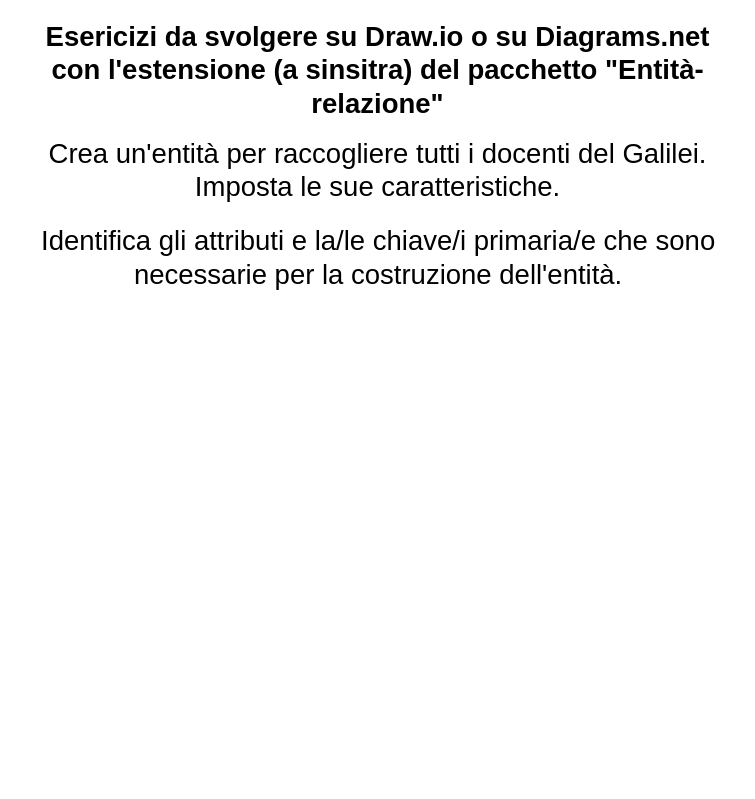
FrancescoGobbi/Didattica_GalileoGalilei_Ostiglia keeps this draw.io diagram as AS_2024_2025/5IA_Informatica/Lezioni/UD_2/Esercizi_ER/Entità2.drawio. Above is the earlier version. Source tidied: cells renumbered, new cells numbered last; positions are measured from the earlier drawing's top-left corner, leaving out a move shared by most shapes. Both pictures are drawn from the tidied source at 125%, with x=0, y=0 at pixel (21, 51).
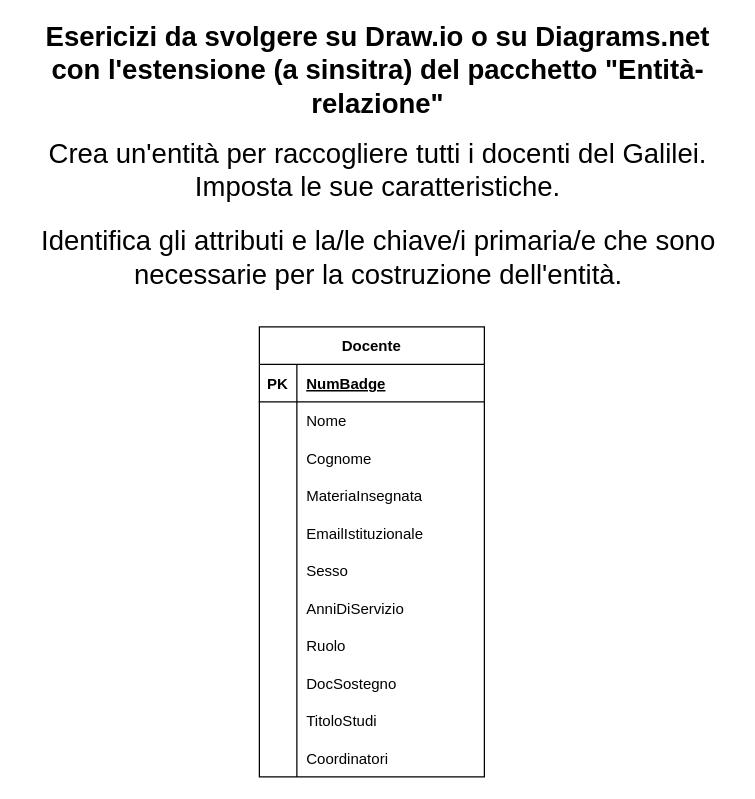
The same page after the edit.

What changed in the source:
```diff
@@
+    <mxCell id="5" value="Docente" style="shape=table;startSize=30;childLayout=tableLayout;rowLines=0;fontStyle=1;align=center;" parent="1" vertex="1">
+      <mxGeometry x="190" y="220" width="180" height="360" as="geometry" />
+    </mxCell>
+    <mxCell id="6" style="shape=tableRow;horizontal=0;startSize=0;swimlaneHead=0;swimlaneBody=0;fillColor=none;top=0;left=0;right=0;bottom=1;" parent="5" vertex="1">
+      <mxGeometry y="30" width="180" height="30" as="geometry" />
+    </mxCell>
+    <mxCell id="7" value="PK" style="shape=partialRectangle;fillColor=none;top=0;left=0;bottom=0;right=0;fontStyle=1;overflow=hidden;" parent="6" vertex="1">
+      <mxGeometry width="30" height="30" as="geometry" />
+    </mxCell>
+    <mxCell id="8" value="NumBadge" style="shape=partialRectangle;fillColor=none;top=0;left=0;bottom=0;right=0;align=left;spacingLeft=6;fontStyle=5;overflow=hidden;" parent="6" vertex="1">
+      <mxGeometry x="30" width="150" height="30" as="geometry" />
+    </mxCell>
+    <mxCell id="9" style="shape=tableRow;horizontal=0;startSize=0;swimlaneHead=0;swimlaneBody=0;fillColor=none;top=0;left=0;right=0;bottom=0;" parent="5" vertex="1">
+      <mxGeometry y="60" width="180" height="30" as="geometry" />
+    </mxCell>
+    <mxCell id="10" style="shape=partialRectangle;fillColor=none;top=0;left=0;bottom=0;right=0;overflow=hidden;" parent="9" vertex="1">
+      <mxGeometry width="30" height="30" as="geometry" />
+    </mxCell>
+    <mxCell id="11" value="Nome" style="shape=partialRectangle;fillColor=none;top=0;left=0;bottom=0;right=0;align=left;spacingLeft=6;overflow=hidden;" parent="9" vertex="1">
+      <mxGeometry x="30" width="150" height="30" as="geometry" />
+    </mxCell>
+    <mxCell id="12" style="shape=tableRow;horizontal=0;startSize=0;swimlaneHead=0;swimlaneBody=0;fillColor=none;top=0;left=0;right=0;bottom=0;" parent="5" vertex="1">
+      <mxGeometry y="90" width="180" height="30" as="geometry" />
+    </mxCell>
+    <mxCell id="13" style="shape=partialRectangle;fillColor=none;top=0;left=0;bottom=0;right=0;overflow=hidden;" parent="12" vertex="1">
+      <mxGeometry width="30" height="30" as="geometry" />
+    </mxCell>
+    <mxCell id="14" value="Cognome" style="shape=partialRectangle;fillColor=none;top=0;left=0;bottom=0;right=0;align=left;spacingLeft=6;overflow=hidden;" parent="12" vertex="1">
+      <mxGeometry x="30" width="150" height="30" as="geometry" />
+    </mxCell>
+    <mxCell id="15" style="shape=tableRow;horizontal=0;startSize=0;swimlaneHead=0;swimlaneBody=0;fillColor=none;top=0;left=0;right=0;bottom=0;" parent="5" vertex="1">
+      <mxGeometry y="120" width="180" height="30" as="geometry" />
+    </mxCell>
+    <mxCell id="16" style="shape=partialRectangle;fillColor=none;top=0;left=0;bottom=0;right=0;overflow=hidden;" parent="15" vertex="1">
+      <mxGeometry width="30" height="30" as="geometry" />
+    </mxCell>
+    <mxCell id="17" value="MateriaInsegnata" style="shape=partialRectangle;fillColor=none;top=0;left=0;bottom=0;right=0;align=left;spacingLeft=6;overflow=hidden;" parent="15" vertex="1">
+      <mxGeometry x="30" width="150" height="30" as="geometry" />
+    </mxCell>
+    <mxCell id="18" style="shape=tableRow;horizontal=0;startSize=0;swimlaneHead=0;swimlaneBody=0;fillColor=none;top=0;left=0;right=0;bottom=0;" parent="5" vertex="1">
+      <mxGeometry y="150" width="180" height="30" as="geometry" />
+    </mxCell>
+    <mxCell id="19" style="shape=partialRectangle;fillColor=none;top=0;left=0;bottom=0;right=0;overflow=hidden;" parent="18" vertex="1">
+      <mxGeometry width="30" height="30" as="geometry" />
+    </mxCell>
+    <mxCell id="20" value="EmailIstituzionale" style="shape=partialRectangle;fillColor=none;top=0;left=0;bottom=0;right=0;align=left;spacingLeft=6;overflow=hidden;" parent="18" vertex="1">
+      <mxGeometry x="30" width="150" height="30" as="geometry" />
+    </mxCell>
+    <mxCell id="21" style="shape=tableRow;horizontal=0;startSize=0;swimlaneHead=0;swimlaneBody=0;fillColor=none;top=0;left=0;right=0;bottom=0;" parent="5" vertex="1">
+      <mxGeometry y="180" width="180" height="30" as="geometry" />
+    </mxCell>
+    <mxCell id="22" style="shape=partialRectangle;fillColor=none;top=0;left=0;bottom=0;right=0;overflow=hidden;" parent="21" vertex="1">
+      <mxGeometry width="30" height="30" as="geometry" />
+    </mxCell>
+    <mxCell id="23" value="Sesso" style="shape=partialRectangle;fillColor=none;top=0;left=0;bottom=0;right=0;align=left;spacingLeft=6;overflow=hidden;" parent="21" vertex="1">
+      <mxGeometry x="30" width="150" height="30" as="geometry" />
+    </mxCell>
+    <mxCell id="24" style="shape=tableRow;horizontal=0;startSize=0;swimlaneHead=0;swimlaneBody=0;fillColor=none;top=0;left=0;right=0;bottom=0;" parent="5" vertex="1">
+      <mxGeometry y="210" width="180" height="30" as="geometry" />
+    </mxCell>
+    <mxCell id="25" style="shape=partialRectangle;fillColor=none;top=0;left=0;bottom=0;right=0;overflow=hidden;" parent="24" vertex="1">
+      <mxGeometry width="30" height="30" as="geometry" />
+    </mxCell>
+    <mxCell id="26" value="AnniDiServizio" style="shape=partialRectangle;fillColor=none;top=0;left=0;bottom=0;right=0;align=left;spacingLeft=6;overflow=hidden;" parent="24" vertex="1">
+      <mxGeometry x="30" width="150" height="30" as="geometry" />
+    </mxCell>
+    <mxCell id="27" style="shape=tableRow;horizontal=0;startSize=0;swimlaneHead=0;swimlaneBody=0;fillColor=none;top=0;left=0;right=0;bottom=0;" parent="5" vertex="1">
+      <mxGeometry y="240" width="180" height="30" as="geometry" />
+    </mxCell>
+    <mxCell id="28" style="shape=partialRectangle;fillColor=none;top=0;left=0;bottom=0;right=0;overflow=hidden;" parent="27" vertex="1">
+      <mxGeometry width="30" height="30" as="geometry" />
+    </mxCell>
+    <mxCell id="29" value="Ruolo" style="shape=partialRectangle;fillColor=none;top=0;left=0;bottom=0;right=0;align=left;spacingLeft=6;overflow=hidden;" parent="27" vertex="1">
+      <mxGeometry x="30" width="150" height="30" as="geometry" />
+    </mxCell>
+    <mxCell id="30" style="shape=tableRow;horizontal=0;startSize=0;swimlaneHead=0;swimlaneBody=0;fillColor=none;top=0;left=0;right=0;bottom=0;" parent="5" vertex="1">
+      <mxGeometry y="270" width="180" height="30" as="geometry" />
+    </mxCell>
+    <mxCell id="31" style="shape=partialRectangle;fillColor=none;top=0;left=0;bottom=0;right=0;overflow=hidden;" parent="30" vertex="1">
+      <mxGeometry width="30" height="30" as="geometry" />
+    </mxCell>
+    <mxCell id="32" value="DocSostegno" style="shape=partialRectangle;fillColor=none;top=0;left=0;bottom=0;right=0;align=left;spacingLeft=6;overflow=hidden;" parent="30" vertex="1">
+      <mxGeometry x="30" width="150" height="30" as="geometry" />
+    </mxCell>
+    <mxCell id="33" style="shape=tableRow;horizontal=0;startSize=0;swimlaneHead=0;swimlaneBody=0;fillColor=none;top=0;left=0;right=0;bottom=0;" parent="5" vertex="1">
+      <mxGeometry y="300" width="180" height="30" as="geometry" />
+    </mxCell>
+    <mxCell id="34" style="shape=partialRectangle;fillColor=none;top=0;left=0;bottom=0;right=0;overflow=hidden;" parent="33" vertex="1">
+      <mxGeometry width="30" height="30" as="geometry" />
+    </mxCell>
+    <mxCell id="35" value="TitoloStudi" style="shape=partialRectangle;fillColor=none;top=0;left=0;bottom=0;right=0;align=left;spacingLeft=6;overflow=hidden;" parent="33" vertex="1">
+      <mxGeometry x="30" width="150" height="30" as="geometry" />
+    </mxCell>
+    <mxCell id="36" style="shape=tableRow;horizontal=0;startSize=0;swimlaneHead=0;swimlaneBody=0;fillColor=none;top=0;left=0;right=0;bottom=0;" parent="5" vertex="1">
+      <mxGeometry y="330" width="180" height="30" as="geometry" />
+    </mxCell>
+    <mxCell id="37" style="shape=partialRectangle;fillColor=none;top=0;left=0;bottom=0;right=0;overflow=hidden;" parent="36" vertex="1">
+      <mxGeometry width="30" height="30" as="geometry" />
+    </mxCell>
+    <mxCell id="38" value="Coordinatori" style="shape=partialRectangle;fillColor=none;top=0;left=0;bottom=0;right=0;align=left;spacingLeft=6;overflow=hidden;" parent="36" vertex="1">
+      <mxGeometry x="30" width="150" height="30" as="geometry" />
+    </mxCell>
```
